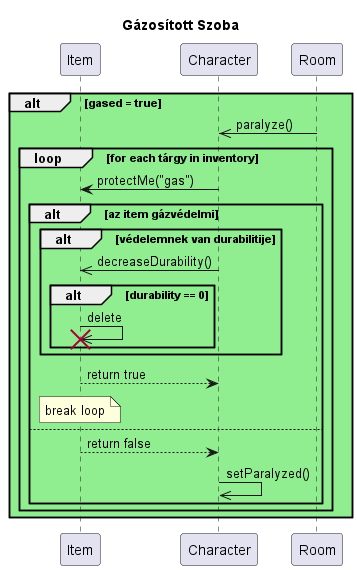
The PlantUML diagram out/diagramms/src/gased_room/gazed_room.png in kipolaris/skyrimscriptsuttogok, before a commit.
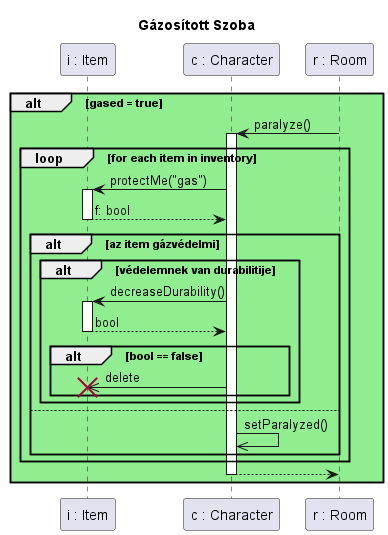
Later version of the same file.

Diff of the diagram source:
```diff
@@ -1,34 +1,35 @@
 @startuml gazed_room
 Title Gázosított Szoba
 
-participant Item as item
-participant Character as char
-participant Room as sz
+participant "i : Item" as item
+participant "c : Character" as char
+participant "r : Room" as sz
 
 alt #LightGreen gased = true
-        sz->>char : paralyze()
-        loop for each tárgy in inventory
-            char->item: protectMe("gas")
+        sz->char ++: paralyze()
+        loop for each item in inventory
+            char->item ++: protectMe("gas")
+
+            return f: bool
 
             alt az item gázvédelmi
 
                 alt védelemnek van durabilitije
-                    char->>item : decreaseDurability()
+                    char->item ++: decreaseDurability()
+                    return bool
 
-                    alt durability == 0
-                        item->>item !!: delete
+                    alt bool == false
+                        char->>item !!: delete
 
                     end
                 end
 
-                item-->char : return true
-                note over item : break loop
             else
-                item-->char : return false
                 char->>char : setParalyzed()
             end
 
         end
+        char-->sz --:
 end
 
 @enduml
```
